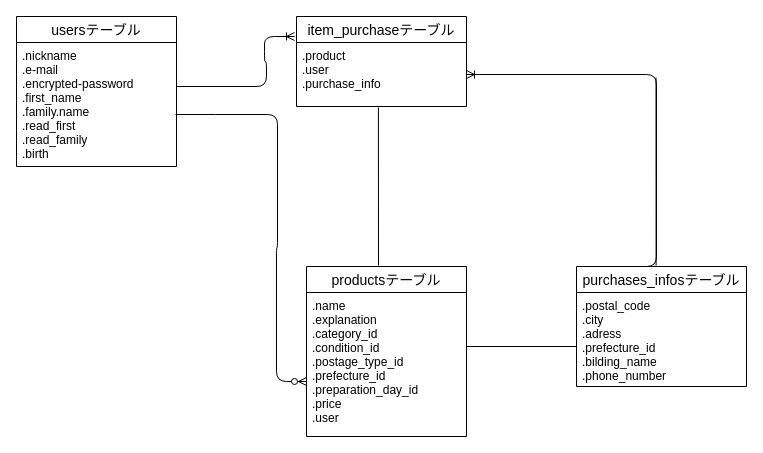
Above: furima.dio in happyshop6/furima-38846 (draw.io), before the change. Source tidied: cells renumbered, new cells numbered last; positions are measured from the earlier drawing's top-left corner, leaving out a move shared by most shapes. Both pictures are drawn from the tidied source at 100%, with x=0, y=0 at pixel (16, 16).
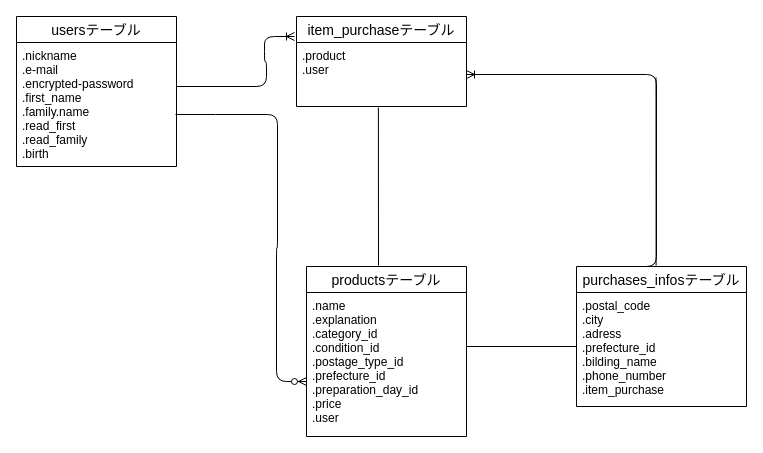
After the change.

The change refers to these unchanged cells:
```xml
<mxCell id="4" value="item_purchaseテーブル" style="swimlane;fontStyle=0;horizontal=1;startSize=26;align=center;fontSize=14;" parent="1" vertex="1">
  <mxGeometry x="280" width="170" height="90" as="geometry" />
</mxCell>
```

Diff of the diagram source:
```diff
@@
-    <mxCell id="5" value=".product&#10;.user&#10;.purchase_info&#10;" style="text;strokeColor=none;fillColor=none;spacingLeft=4;spacingRight=4;overflow=hidden;points=[[0,0.5],[1,0.5]];portConstraint=eastwest;fontSize=12;" parent="4" vertex="1">
+    <mxCell id="5" value=".product&#10;.user&#10;" style="text;strokeColor=none;fillColor=none;spacingLeft=4;spacingRight=4;overflow=hidden;points=[[0,0.5],[1,0.5]];portConstraint=eastwest;fontSize=12;" parent="4" vertex="1">
       <mxGeometry y="26" width="170" height="64" as="geometry" />
     </mxCell>
@@
     <mxCell id="8" value="purchases_infosテーブル" style="swimlane;fontStyle=0;horizontal=1;startSize=26;align=center;fontSize=14;" parent="1" vertex="1">
-      <mxGeometry x="560" y="250" width="170" height="120" as="geometry" />
+      <mxGeometry x="560" y="250" width="170" height="140" as="geometry" />
     </mxCell>
-    <mxCell id="9" value=".postal_code&#10;.city&#10;.adress&#10;.prefecture_id&#10;.bilding_name&#10;.phone_number&#10;" style="text;strokeColor=none;fillColor=none;spacingLeft=4;spacingRight=4;overflow=hidden;fontSize=12;" parent="8" vertex="1">
-      <mxGeometry y="26" width="170" height="94" as="geometry" />
+    <mxCell id="9" value=".postal_code&#10;.city&#10;.adress&#10;.prefecture_id&#10;.bilding_name&#10;.phone_number&#10;.item_purchase&#10;" style="text;strokeColor=none;fillColor=none;spacingLeft=4;spacingRight=4;overflow=hidden;fontSize=12;" parent="8" vertex="1">
+      <mxGeometry y="26" width="170" height="114" as="geometry" />
     </mxCell>
```
